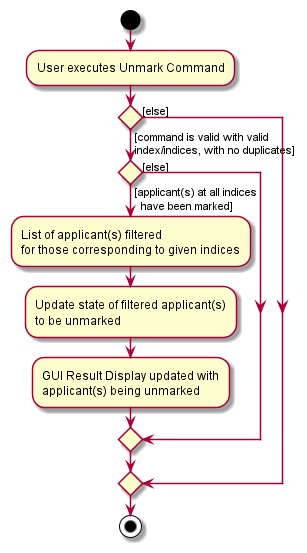
The PlantUML diagram docs/images/UnmarkCommandActivityDiagram.png in nus-cs2103-AY2122S1/tp, before a commit.
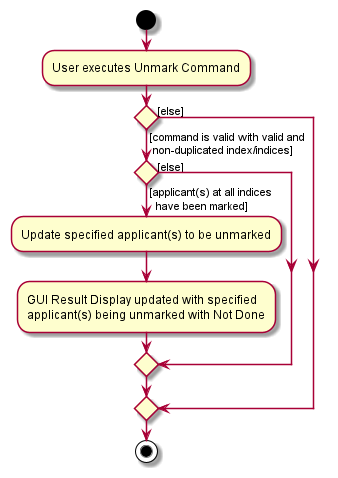
Later version of the same file.

Commit message:
Edit Activity Diagrams for Mark and Unmark

What changed in the source:
```diff
@@ -3,19 +3,15 @@
 :User executes Unmark Command;
 
 
-if () then ([command is valid with valid
-index/indices, with no duplicates])
+if () then ([command is valid with valid and
+ non-duplicated index/indices])
 
     if () then ([applicant(s) at all indices
   have been marked])
-    :List of applicant(s) filtered
-    for those corresponding to given indices;
+    :Update specified applicant(s) to be unmarked;
 
-    :Update state of filtered applicant(s)
-    to be unmarked;
-
-    :GUI Result Display updated with
-    applicant(s) being unmarked;
+    :GUI Result Display updated with specified
+    applicant(s) being unmarked with Not Done;
 
     else ([else])
 
```
